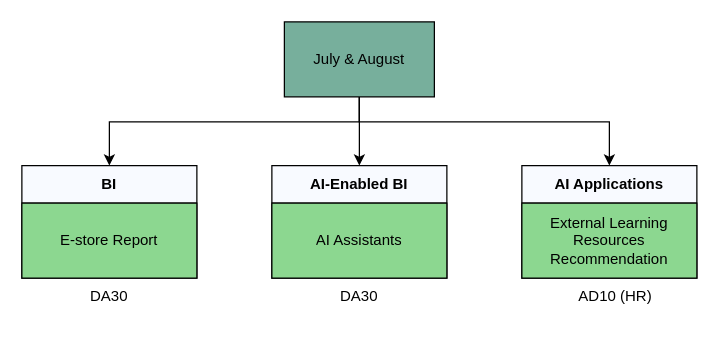
Before: overivew.drawio in katehuangishere/All-Projects-in-the-Internship, a draw.io diagram. Source tidied: cells renumbered, new cells numbered last; positions are measured from the earlier drawing's top-left corner, leaving out a move shared by most shapes. Both pictures are drawn from the tidied source at 125%, with x=0, y=0 at pixel (21, 21).
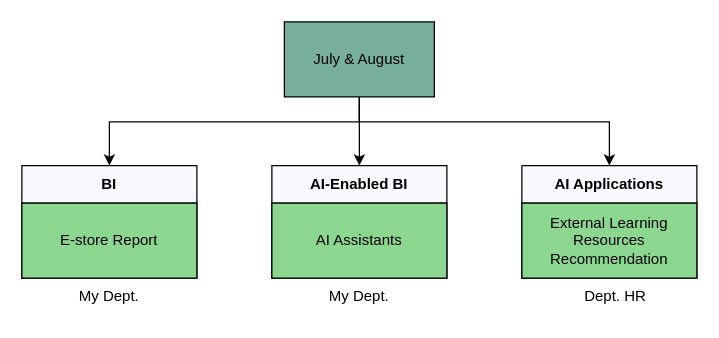
Above is the later version.

What changed in the source:
```diff
@@
 <mxGraphModel>
   <root>
     <mxCell id="0" />
     <mxCell id="1" parent="0" />
     <mxCell id="2" style="edgeStyle=orthogonalEdgeStyle;rounded=0;jettySize=auto;html=1;entryX=0.5;entryY=0;entryDx=0;entryDy=0;" parent="1" edge="1" source="5" target="8">
       <mxGeometry relative="1" as="geometry" />
     </mxCell>
     <mxCell id="3" style="edgeStyle=orthogonalEdgeStyle;rounded=0;jettySize=auto;html=1;entryX=0.5;entryY=0;entryDx=0;entryDy=0;" parent="1" edge="1" source="5" target="6">
       <mxGeometry relative="1" as="geometry">
         <Array as="points">
           <mxPoint x="270" y="80" />
           <mxPoint x="70" y="80" />
         </Array>
       </mxGeometry>
     </mxCell>
     <mxCell id="4" style="edgeStyle=orthogonalEdgeStyle;rounded=0;jettySize=auto;html=1;entryX=0.5;entryY=0;entryDx=0;entryDy=0;" parent="1" edge="1" source="5" target="10">
       <mxGeometry relative="1" as="geometry">
         <Array as="points">
           <mxPoint x="270" y="80" />
           <mxPoint x="470" y="80" />
         </Array>
       </mxGeometry>
     </mxCell>
     <mxCell id="5" value="July &amp;amp; August" style="rounded=0;whiteSpace=wrap;html=1;align=center;fillColor=#77AF9C;strokeColor=#000000;gradientColor=none;" parent="1" vertex="1">
       <mxGeometry x="210" width="120" height="60" as="geometry" />
     </mxCell>
     <mxCell id="6" value="&lt;b&gt;BI&lt;/b&gt;" style="swimlane;fontStyle=0;horizontal=1;startSize=30;whiteSpace=wrap;html=1;fillColor=#F8FAFF;" parent="1" vertex="1">
       <mxGeometry y="115" width="140" height="90" as="geometry" />
     </mxCell>
     <mxCell id="7" value="&lt;font color=&quot;#000000&quot;&gt;E-store Report&lt;/font&gt;" style="text;strokeColor=default;fillColor=#8CD790;align=center;verticalAlign=middle;spacingLeft=4;spacingRight=4;overflow=hidden;whiteSpace=wrap;html=1;fontColor=#ffffff;" parent="6" vertex="1">
       <mxGeometry y="30" width="140" height="60" as="geometry" />
     </mxCell>
     <mxCell id="8" value="&lt;b&gt;AI-Enabled BI&lt;/b&gt;" style="swimlane;fontStyle=0;horizontal=1;startSize=30;whiteSpace=wrap;html=1;fillColor=#F8FAFF;" parent="1" vertex="1">
       <mxGeometry x="200" y="115" width="140" height="90" as="geometry" />
     </mxCell>
     <mxCell id="9" value="&lt;font color=&quot;#000000&quot;&gt;AI Assistants&lt;/font&gt;" style="text;strokeColor=#000000;fillColor=#8CD790;align=center;verticalAlign=middle;spacingLeft=4;spacingRight=4;overflow=hidden;whiteSpace=wrap;html=1;fontColor=#ffffff;" parent="8" vertex="1">
       <mxGeometry y="30" width="140" height="60" as="geometry" />
     </mxCell>
     <mxCell id="10" value="&lt;b&gt;AI Applications&lt;/b&gt;" style="swimlane;fontStyle=0;horizontal=1;startSize=30;whiteSpace=wrap;html=1;fillColor=#F8FAFF;" parent="1" vertex="1">
       <mxGeometry x="400" y="115" width="140" height="90" as="geometry" />
     </mxCell>
     <mxCell id="11" value="&lt;div&gt;External Learning Resources Recommendation&lt;/div&gt;" style="text;strokeColor=#000000;fillColor=#8CD790;align=center;verticalAlign=middle;spacingLeft=4;spacingRight=4;overflow=hidden;whiteSpace=wrap;html=1;" parent="10" vertex="1">
       <mxGeometry y="30" width="140" height="60" as="geometry" />
     </mxCell>
-    <mxCell id="12" value="DA30" style="text;html=1;align=center;verticalAlign=middle;whiteSpace=wrap;rounded=0;" parent="1" vertex="1">
+    <mxCell id="12" value="My Dept." style="text;html=1;align=center;verticalAlign=middle;whiteSpace=wrap;rounded=0;" parent="1" vertex="1">
       <mxGeometry x="40" y="205" width="60" height="30" as="geometry" />
     </mxCell>
-    <mxCell id="13" value="DA30" style="text;html=1;align=center;verticalAlign=middle;whiteSpace=wrap;rounded=0;" parent="1" vertex="1">
+    <mxCell id="13" value="My Dept." style="text;html=1;align=center;verticalAlign=middle;whiteSpace=wrap;rounded=0;" parent="1" vertex="1">
       <mxGeometry x="240" y="205" width="60" height="30" as="geometry" />
     </mxCell>
-    <mxCell id="14" value="AD10 (HR)" style="text;html=1;align=center;verticalAlign=middle;whiteSpace=wrap;rounded=0;" parent="1" vertex="1">
+    <mxCell id="14" value="Dept. HR" style="text;html=1;align=center;verticalAlign=middle;whiteSpace=wrap;rounded=0;" parent="1" vertex="1">
       <mxGeometry x="440" y="205" width="70" height="30" as="geometry" />
     </mxCell>
   </root>
 </mxGraphModel>
```
